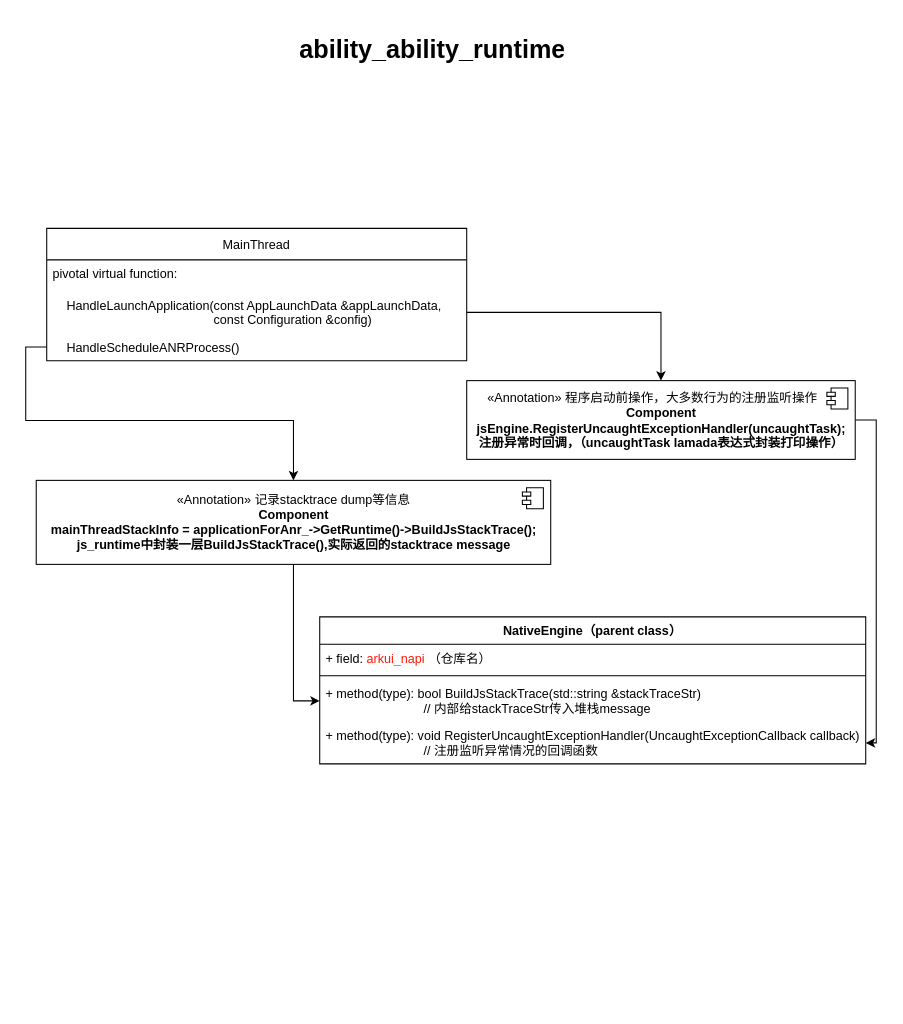
The draw.io diagram page "第 2 页" (2 of 2) of js_ui_stackPrint.drawio in 3shisan3/OpenHarmony, before the edit. Source tidied: cells renumbered, new cells numbered last; positions are measured from the earlier drawing's top-left corner, leaving out a move shared by most shapes. Both pictures are drawn from the tidied source at 105%, with x=0, y=0 at pixel (36, 28).
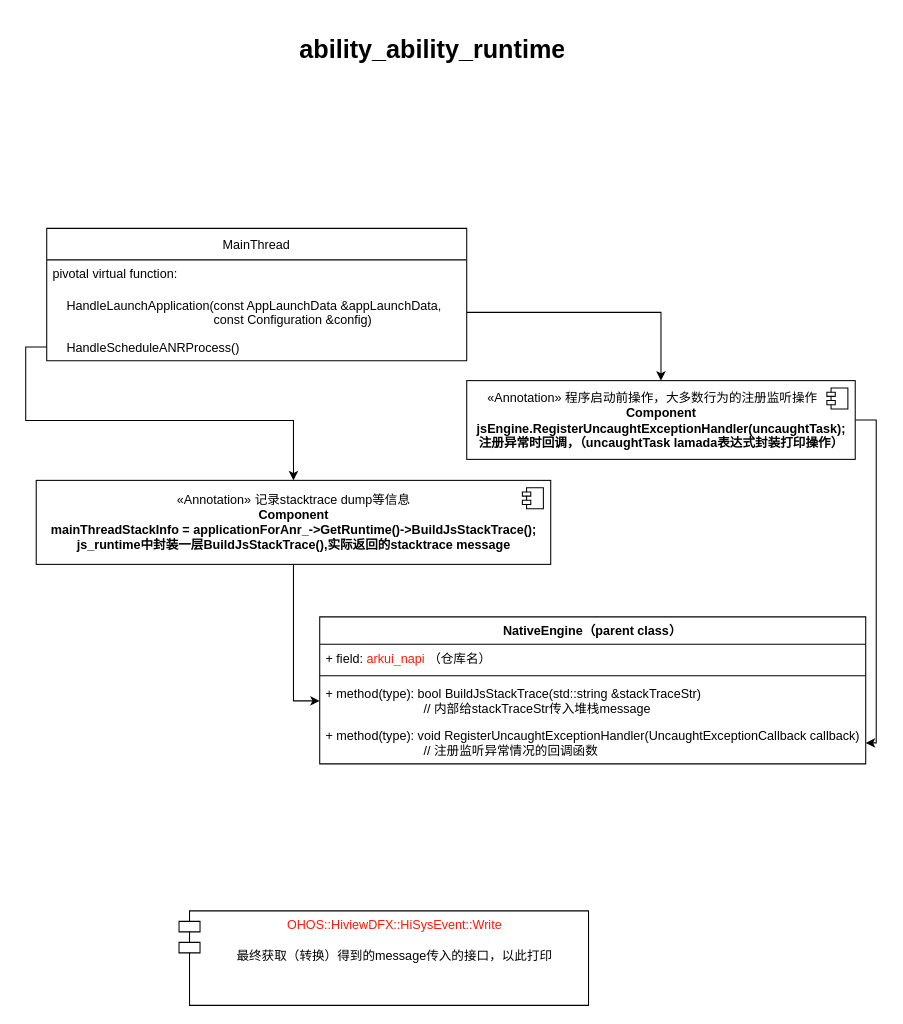
Above is the later version.

The edit, as a diff of the source:
```diff
@@
+    <mxCell id="20" value="&lt;font color=&quot;#ff1808&quot;&gt;OHOS::HiviewDFX::HiSysEvent::Write&lt;/font&gt;&lt;br&gt;&lt;br&gt;最终获取（转换）得到的message传入的接口，以此打印" style="shape=module;align=left;spacingLeft=20;align=center;verticalAlign=top;fontColor=#000000;html=1;" parent="1" vertex="1">
+      <mxGeometry x="136" y="840" width="390" height="90" as="geometry" />
+    </mxCell>
```
